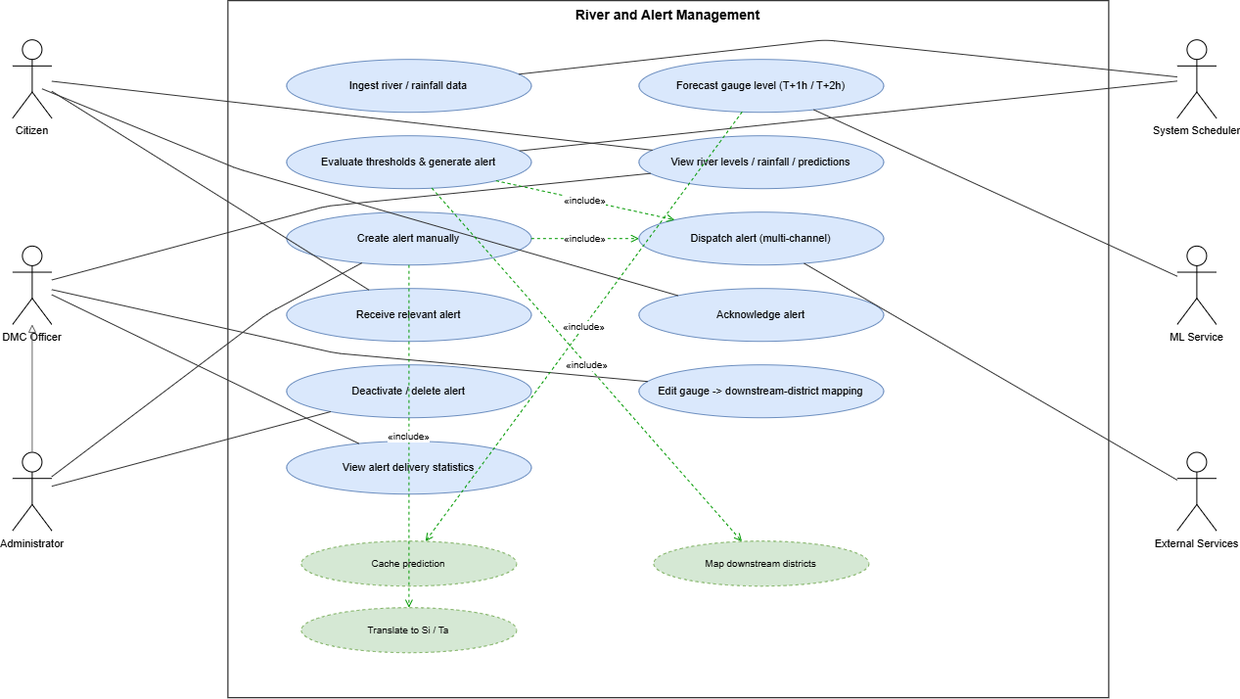
The draw.io diagram research-report-source/diagrams/pngs/Figure_4.5_UseCase_River_and_Alert_Management.drawio.png in DeshanDV1003/Suraksha---Web-App, before a commit. Source tidied: cells renumbered, new cells last; positions are measured from the earlier drawing's top-left corner, leaving out a move shared by most shapes. The source it was exported from:
```xml
<mxGraphModel>
  <root>
    <mxCell id="0" />
    <mxCell id="1" parent="0" />
    <mxCell id="2" value="River and Alert Management" style="rounded=0;whiteSpace=wrap;html=1;verticalAlign=top;fontStyle=1;fontSize=14;fillColor=none;strokeColor=#000000;" parent="1" vertex="1">
      <mxGeometry x="220" width="900" height="712" as="geometry" />
    </mxCell>
    <mxCell id="3" value="Ingest river / rainfall data" style="ellipse;whiteSpace=wrap;html=1;fillColor=#dae8fc;strokeColor=#6c8ebf;fontSize=11;" parent="1" vertex="1">
      <mxGeometry x="280" y="60" width="250" height="54" as="geometry" />
    </mxCell>
    <mxCell id="4" value="Forecast gauge level (T+1h / T+2h)" style="ellipse;whiteSpace=wrap;html=1;fillColor=#dae8fc;strokeColor=#6c8ebf;fontSize=11;" parent="1" vertex="1">
      <mxGeometry x="640" y="60" width="250" height="54" as="geometry" />
    </mxCell>
    <mxCell id="5" value="Evaluate thresholds &amp; generate alert" style="ellipse;whiteSpace=wrap;html=1;fillColor=#dae8fc;strokeColor=#6c8ebf;fontSize=11;" parent="1" vertex="1">
      <mxGeometry x="280" y="138" width="250" height="54" as="geometry" />
    </mxCell>
    <mxCell id="6" value="View river levels / rainfall / predictions" style="ellipse;whiteSpace=wrap;html=1;fillColor=#dae8fc;strokeColor=#6c8ebf;fontSize=11;" parent="1" vertex="1">
      <mxGeometry x="640" y="138" width="250" height="54" as="geometry" />
    </mxCell>
    <mxCell id="7" value="Create alert manually" style="ellipse;whiteSpace=wrap;html=1;fillColor=#dae8fc;strokeColor=#6c8ebf;fontSize=11;" parent="1" vertex="1">
      <mxGeometry x="280" y="216" width="250" height="54" as="geometry" />
    </mxCell>
    <mxCell id="8" value="Dispatch alert (multi-channel)" style="ellipse;whiteSpace=wrap;html=1;fillColor=#dae8fc;strokeColor=#6c8ebf;fontSize=11;" parent="1" vertex="1">
      <mxGeometry x="640" y="216" width="250" height="54" as="geometry" />
    </mxCell>
    <mxCell id="9" value="Receive relevant alert" style="ellipse;whiteSpace=wrap;html=1;fillColor=#dae8fc;strokeColor=#6c8ebf;fontSize=11;" parent="1" vertex="1">
      <mxGeometry x="280" y="294" width="250" height="54" as="geometry" />
    </mxCell>
    <mxCell id="10" value="Acknowledge alert" style="ellipse;whiteSpace=wrap;html=1;fillColor=#dae8fc;strokeColor=#6c8ebf;fontSize=11;" parent="1" vertex="1">
      <mxGeometry x="640" y="294" width="250" height="54" as="geometry" />
    </mxCell>
    <mxCell id="11" value="Deactivate / delete alert" style="ellipse;whiteSpace=wrap;html=1;fillColor=#dae8fc;strokeColor=#6c8ebf;fontSize=11;" parent="1" vertex="1">
      <mxGeometry x="280" y="372" width="250" height="54" as="geometry" />
    </mxCell>
    <mxCell id="12" value="Edit gauge -&gt; downstream-district mapping" style="ellipse;whiteSpace=wrap;html=1;fillColor=#dae8fc;strokeColor=#6c8ebf;fontSize=11;" parent="1" vertex="1">
      <mxGeometry x="640" y="372" width="250" height="54" as="geometry" />
    </mxCell>
    <mxCell id="13" value="View alert delivery statistics" style="ellipse;whiteSpace=wrap;html=1;fillColor=#dae8fc;strokeColor=#6c8ebf;fontSize=11;" parent="1" vertex="1">
      <mxGeometry x="280" y="450" width="250" height="54" as="geometry" />
    </mxCell>
    <mxCell id="14" value="Cache prediction" style="ellipse;whiteSpace=wrap;html=1;fillColor=#d5e8d4;strokeColor=#82b366;dashed=1;fontSize=10;" parent="1" vertex="1">
      <mxGeometry x="295" y="552" width="220" height="46" as="geometry" />
    </mxCell>
    <mxCell id="15" value="Map downstream districts" style="ellipse;whiteSpace=wrap;html=1;fillColor=#d5e8d4;strokeColor=#82b366;dashed=1;fontSize=10;" parent="1" vertex="1">
      <mxGeometry x="655" y="552" width="220" height="46" as="geometry" />
    </mxCell>
    <mxCell id="16" value="Translate to Si / Ta" style="ellipse;whiteSpace=wrap;html=1;fillColor=#d5e8d4;strokeColor=#82b366;dashed=1;fontSize=10;" parent="1" vertex="1">
      <mxGeometry x="295" y="620" width="220" height="46" as="geometry" />
    </mxCell>
    <mxCell id="17" value="Citizen" style="shape=umlActor;verticalLabelPosition=bottom;verticalAlign=top;html=1;outlineConnect=0;fontSize=11;" parent="1" vertex="1">
      <mxGeometry y="40" width="40" height="80" as="geometry" />
    </mxCell>
    <mxCell id="18" value="DMC Officer" style="shape=umlActor;verticalLabelPosition=bottom;verticalAlign=top;html=1;outlineConnect=0;fontSize=11;" parent="1" vertex="1">
      <mxGeometry y="250.7" width="40" height="80" as="geometry" />
    </mxCell>
    <mxCell id="19" value="Administrator" style="shape=umlActor;verticalLabelPosition=bottom;verticalAlign=top;html=1;outlineConnect=0;fontSize=11;" parent="1" vertex="1">
      <mxGeometry y="461.3" width="40" height="80" as="geometry" />
    </mxCell>
    <mxCell id="20" value="System Scheduler" style="shape=umlActor;verticalLabelPosition=bottom;verticalAlign=top;html=1;outlineConnect=0;fontSize=11;" parent="1" vertex="1">
      <mxGeometry x="1190" y="40" width="40" height="80" as="geometry" />
    </mxCell>
    <mxCell id="21" value="ML Service" style="shape=umlActor;verticalLabelPosition=bottom;verticalAlign=top;html=1;outlineConnect=0;fontSize=11;" parent="1" vertex="1">
      <mxGeometry x="1190" y="250.7" width="40" height="80" as="geometry" />
    </mxCell>
    <mxCell id="22" value="External Services" style="shape=umlActor;verticalLabelPosition=bottom;verticalAlign=top;html=1;outlineConnect=0;fontSize=11;" parent="1" vertex="1">
      <mxGeometry x="1190" y="461.3" width="40" height="80" as="geometry" />
    </mxCell>
    <mxCell id="23" style="endArrow=block;endFill=0;html=1;strokeColor=#666666;" parent="1" edge="1" source="19" target="18">
      <mxGeometry relative="1" as="geometry" />
    </mxCell>
    <mxCell id="24" style="endArrow=none;html=1;strokeColor=#333333;" parent="1" edge="1" source="20" target="3">
      <mxGeometry relative="1" as="geometry">
        <Array as="points">
          <mxPoint x="830" y="40" />
        </Array>
      </mxGeometry>
    </mxCell>
    <mxCell id="25" style="endArrow=none;html=1;strokeColor=#333333;" parent="1" edge="1" source="21" target="4">
      <mxGeometry relative="1" as="geometry" />
    </mxCell>
    <mxCell id="26" style="endArrow=none;html=1;strokeColor=#333333;" parent="1" edge="1" source="20" target="5">
      <mxGeometry relative="1" as="geometry" />
    </mxCell>
    <mxCell id="27" style="endArrow=none;html=1;strokeColor=#333333;" parent="1" edge="1" source="17" target="6">
      <mxGeometry relative="1" as="geometry" />
    </mxCell>
    <mxCell id="28" style="endArrow=none;html=1;strokeColor=#333333;" parent="1" edge="1" source="18" target="6">
      <mxGeometry relative="1" as="geometry">
        <Array as="points">
          <mxPoint x="320" y="210" />
        </Array>
      </mxGeometry>
    </mxCell>
    <mxCell id="29" style="endArrow=none;html=1;strokeColor=#333333;" parent="1" edge="1" source="19" target="7">
      <mxGeometry relative="1" as="geometry">
        <Array as="points">
          <mxPoint x="260" y="320" />
        </Array>
      </mxGeometry>
    </mxCell>
    <mxCell id="30" style="endArrow=none;html=1;strokeColor=#333333;" parent="1" edge="1" source="22" target="8">
      <mxGeometry relative="1" as="geometry" />
    </mxCell>
    <mxCell id="31" style="endArrow=none;html=1;strokeColor=#333333;" parent="1" edge="1" source="17" target="9">
      <mxGeometry relative="1" as="geometry" />
    </mxCell>
    <mxCell id="32" style="endArrow=none;html=1;strokeColor=#333333;" parent="1" edge="1">
      <mxGeometry relative="1" as="geometry">
        <mxPoint x="30" y="90" as="sourcePoint" />
        <mxPoint x="679.9" y="301.2" as="targetPoint" />
        <Array as="points">
          <mxPoint x="230" y="171.8" />
        </Array>
      </mxGeometry>
    </mxCell>
    <mxCell id="33" style="endArrow=none;html=1;strokeColor=#333333;" parent="1" edge="1" source="19" target="11">
      <mxGeometry relative="1" as="geometry" />
    </mxCell>
    <mxCell id="34" style="endArrow=none;html=1;strokeColor=#333333;" parent="1" edge="1" source="18" target="12">
      <mxGeometry relative="1" as="geometry">
        <Array as="points">
          <mxPoint x="330" y="360" />
        </Array>
      </mxGeometry>
    </mxCell>
    <mxCell id="35" style="endArrow=none;html=1;strokeColor=#333333;" parent="1" edge="1" source="18" target="13">
      <mxGeometry relative="1" as="geometry" />
    </mxCell>
    <mxCell id="36" value="«include»" style="endArrow=open;endFill=0;html=1;dashed=1;fontSize=10;strokeColor=#009900;" parent="1" edge="1" source="4" target="14">
      <mxGeometry relative="1" as="geometry" />
    </mxCell>
    <mxCell id="37" value="«include»" style="endArrow=open;endFill=0;html=1;dashed=1;fontSize=10;strokeColor=#009900;" parent="1" edge="1" source="5" target="15">
      <mxGeometry relative="1" as="geometry" />
    </mxCell>
    <mxCell id="38" value="«include»" style="endArrow=open;endFill=0;html=1;dashed=1;fontSize=10;strokeColor=#009900;" parent="1" edge="1" source="5" target="8">
      <mxGeometry relative="1" as="geometry" />
    </mxCell>
    <mxCell id="39" value="«include»" style="endArrow=open;endFill=0;html=1;dashed=1;fontSize=10;strokeColor=#009900;" parent="1" edge="1" source="7" target="16">
      <mxGeometry relative="1" as="geometry" />
    </mxCell>
    <mxCell id="40" value="«include»" style="endArrow=open;endFill=0;html=1;dashed=1;fontSize=10;strokeColor=#009900;" parent="1" edge="1" source="7" target="8">
      <mxGeometry relative="1" as="geometry" />
    </mxCell>
  </root>
</mxGraphModel>
```
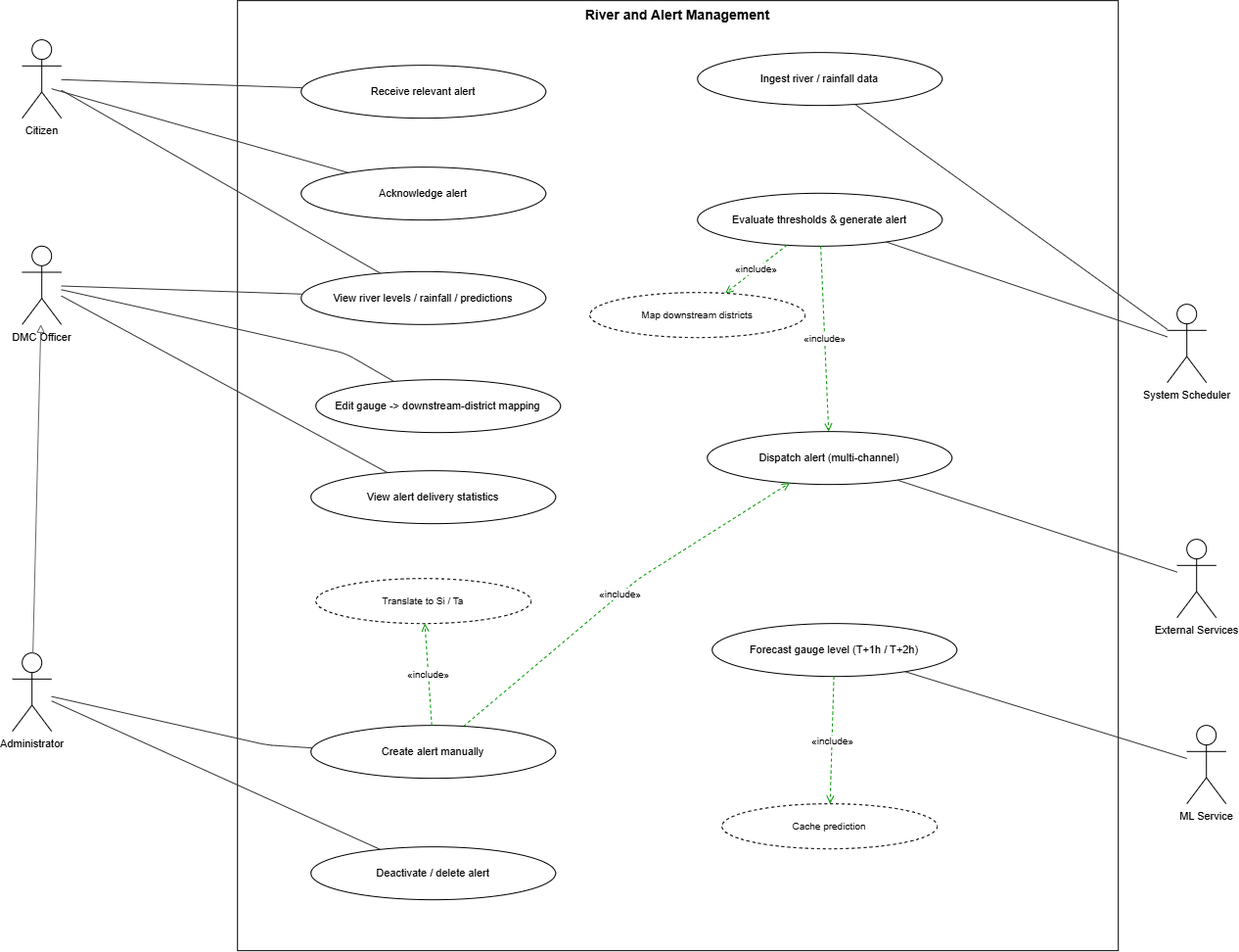
Later version of the same file.

Diff of the diagram source:
```diff
@@ -2,50 +2,47 @@
   <root>
     <mxCell id="0" />
     <mxCell id="1" parent="0" />
-    <mxCell id="2" value="River and Alert Management" style="rounded=0;whiteSpace=wrap;html=1;verticalAlign=top;fontStyle=1;fontSize=14;fillColor=none;strokeColor=#000000;" parent="1" vertex="1">
-      <mxGeometry x="220" width="900" height="712" as="geometry" />
+    <mxCell id="2" value="River and Alert Management" style="rounded=0;whiteSpace=wrap;html=1;verticalAlign=top;fontStyle=1;fontSize=14;" parent="1" vertex="1">
+      <mxGeometry x="220" width="900" height="970" as="geometry" />
     </mxCell>
-    <mxCell id="3" value="Ingest river / rainfall data" style="ellipse;whiteSpace=wrap;html=1;fillColor=#dae8fc;strokeColor=#6c8ebf;fontSize=11;" parent="1" vertex="1">
-      <mxGeometry x="280" y="60" width="250" height="54" as="geometry" />
+    <mxCell id="3" value="Ingest river / rainfall data" style="ellipse;whiteSpace=wrap;html=1;fontSize=11;" parent="1" vertex="1">
+      <mxGeometry x="690" y="53" width="250" height="54" as="geometry" />
     </mxCell>
-    <mxCell id="4" value="Forecast gauge level (T+1h / T+2h)" style="ellipse;whiteSpace=wrap;html=1;fillColor=#dae8fc;strokeColor=#6c8ebf;fontSize=11;" parent="1" vertex="1">
-      <mxGeometry x="640" y="60" width="250" height="54" as="geometry" />
+    <mxCell id="4" value="Forecast gauge level (T+1h / T+2h)" style="ellipse;whiteSpace=wrap;html=1;fontSize=11;" parent="1" vertex="1">
+      <mxGeometry x="705" y="636" width="250" height="54" as="geometry" />
     </mxCell>
-    <mxCell id="5" value="Evaluate thresholds &amp; generate alert" style="ellipse;whiteSpace=wrap;html=1;fillColor=#dae8fc;strokeColor=#6c8ebf;fontSize=11;" parent="1" vertex="1">
-      <mxGeometry x="280" y="138" width="250" height="54" as="geometry" />
+    <mxCell id="5" value="Evaluate thresholds &amp; generate alert" style="ellipse;whiteSpace=wrap;html=1;fontSize=11;" parent="1" vertex="1">
+      <mxGeometry x="690" y="196.7" width="250" height="54" as="geometry" />
     </mxCell>
-    <mxCell id="6" value="View river levels / rainfall / predictions" style="ellipse;whiteSpace=wrap;html=1;fillColor=#dae8fc;strokeColor=#6c8ebf;fontSize=11;" parent="1" vertex="1">
-      <mxGeometry x="640" y="138" width="250" height="54" as="geometry" />
+    <mxCell id="6" value="View river levels / rainfall / predictions" style="ellipse;whiteSpace=wrap;html=1;fontSize=11;" parent="1" vertex="1">
+      <mxGeometry x="285" y="276.7" width="250" height="54" as="geometry" />
     </mxCell>
-    <mxCell id="7" value="Create alert manually" style="ellipse;whiteSpace=wrap;html=1;fillColor=#dae8fc;strokeColor=#6c8ebf;fontSize=11;" parent="1" vertex="1">
-      <mxGeometry x="280" y="216" width="250" height="54" as="geometry" />
+    <mxCell id="7" value="Create alert manually" style="ellipse;whiteSpace=wrap;html=1;fontSize=11;" parent="1" vertex="1">
+      <mxGeometry x="295" y="740" width="250" height="54" as="geometry" />
     </mxCell>
-    <mxCell id="8" value="Dispatch alert (multi-channel)" style="ellipse;whiteSpace=wrap;html=1;fillColor=#dae8fc;strokeColor=#6c8ebf;fontSize=11;" parent="1" vertex="1">
-      <mxGeometry x="640" y="216" width="250" height="54" as="geometry" />
+    <mxCell id="8" value="Dispatch alert (multi-channel)" style="ellipse;whiteSpace=wrap;html=1;fontSize=11;" parent="1" vertex="1">
+      <mxGeometry x="700" y="440" width="250" height="54" as="geometry" />
     </mxCell>
-    <mxCell id="9" value="Receive relevant alert" style="ellipse;whiteSpace=wrap;html=1;fillColor=#dae8fc;strokeColor=#6c8ebf;fontSize=11;" parent="1" vertex="1">
-      <mxGeometry x="280" y="294" width="250" height="54" as="geometry" />
+    <mxCell id="9" value="Receive relevant alert" style="ellipse;whiteSpace=wrap;html=1;fontSize=11;" parent="1" vertex="1">
+      <mxGeometry x="285" y="66" width="250" height="54" as="geometry" />
     </mxCell>
-    <mxCell id="10" value="Acknowledge alert" style="ellipse;whiteSpace=wrap;html=1;fillColor=#dae8fc;strokeColor=#6c8ebf;fontSize=11;" parent="1" vertex="1">
-      <mxGeometry x="640" y="294" width="250" height="54" as="geometry" />
-    </mxCell>
-    <mxCell id="11" value="Deactivate / delete alert" style="ellipse;whiteSpace=wrap;html=1;fillColor=#dae8fc;strokeColor=#6c8ebf;fontSize=11;" parent="1" vertex="1">
-      <mxGeometry x="280" y="372" width="250" height="54" as="geometry" />
+    <mxCell id="11" value="Deactivate / delete alert" style="ellipse;whiteSpace=wrap;html=1;fontSize=11;" parent="1" vertex="1">
+      <mxGeometry x="295" y="864" width="250" height="54" as="geometry" />
     </mxCell>
-    <mxCell id="12" value="Edit gauge -&gt; downstream-district mapping" style="ellipse;whiteSpace=wrap;html=1;fillColor=#dae8fc;strokeColor=#6c8ebf;fontSize=11;" parent="1" vertex="1">
-      <mxGeometry x="640" y="372" width="250" height="54" as="geometry" />
+    <mxCell id="12" value="Edit gauge -&gt; downstream-district mapping" style="ellipse;whiteSpace=wrap;html=1;fontSize=11;" parent="1" vertex="1">
+      <mxGeometry x="300" y="387" width="250" height="54" as="geometry" />
     </mxCell>
-    <mxCell id="13" value="View alert delivery statistics" style="ellipse;whiteSpace=wrap;html=1;fillColor=#dae8fc;strokeColor=#6c8ebf;fontSize=11;" parent="1" vertex="1">
-      <mxGeometry x="280" y="450" width="250" height="54" as="geometry" />
+    <mxCell id="13" value="View alert delivery statistics" style="ellipse;whiteSpace=wrap;html=1;fontSize=11;" parent="1" vertex="1">
+      <mxGeometry x="295" y="480" width="250" height="54" as="geometry" />
     </mxCell>
-    <mxCell id="14" value="Cache prediction" style="ellipse;whiteSpace=wrap;html=1;fillColor=#d5e8d4;strokeColor=#82b366;dashed=1;fontSize=10;" parent="1" vertex="1">
-      <mxGeometry x="295" y="552" width="220" height="46" as="geometry" />
+    <mxCell id="14" value="Cache prediction" style="ellipse;whiteSpace=wrap;html=1;dashed=1;fontSize=10;" parent="1" vertex="1">
+      <mxGeometry x="715" y="820" width="220" height="46" as="geometry" />
     </mxCell>
-    <mxCell id="15" value="Map downstream districts" style="ellipse;whiteSpace=wrap;html=1;fillColor=#d5e8d4;strokeColor=#82b366;dashed=1;fontSize=10;" parent="1" vertex="1">
-      <mxGeometry x="655" y="552" width="220" height="46" as="geometry" />
+    <mxCell id="15" value="Map downstream districts" style="ellipse;whiteSpace=wrap;html=1;dashed=1;fontSize=10;" parent="1" vertex="1">
+      <mxGeometry x="580" y="298" width="220" height="46" as="geometry" />
     </mxCell>
-    <mxCell id="16" value="Translate to Si / Ta" style="ellipse;whiteSpace=wrap;html=1;fillColor=#d5e8d4;strokeColor=#82b366;dashed=1;fontSize=10;" parent="1" vertex="1">
-      <mxGeometry x="295" y="620" width="220" height="46" as="geometry" />
+    <mxCell id="16" value="Translate to Si / Ta" style="ellipse;whiteSpace=wrap;html=1;dashed=1;fontSize=10;" parent="1" vertex="1">
+      <mxGeometry x="300" y="590" width="220" height="46" as="geometry" />
     </mxCell>
     <mxCell id="17" value="Citizen" style="shape=umlActor;verticalLabelPosition=bottom;verticalAlign=top;html=1;outlineConnect=0;fontSize=11;" parent="1" vertex="1">
       <mxGeometry y="40" width="40" height="80" as="geometry" />
@@ -54,26 +51,22 @@
       <mxGeometry y="250.7" width="40" height="80" as="geometry" />
     </mxCell>
     <mxCell id="19" value="Administrator" style="shape=umlActor;verticalLabelPosition=bottom;verticalAlign=top;html=1;outlineConnect=0;fontSize=11;" parent="1" vertex="1">
-      <mxGeometry y="461.3" width="40" height="80" as="geometry" />
+      <mxGeometry x="-10" y="666" width="40" height="80" as="geometry" />
     </mxCell>
     <mxCell id="20" value="System Scheduler" style="shape=umlActor;verticalLabelPosition=bottom;verticalAlign=top;html=1;outlineConnect=0;fontSize=11;" parent="1" vertex="1">
-      <mxGeometry x="1190" y="40" width="40" height="80" as="geometry" />
+      <mxGeometry x="1170" y="310" width="40" height="80" as="geometry" />
     </mxCell>
     <mxCell id="21" value="ML Service" style="shape=umlActor;verticalLabelPosition=bottom;verticalAlign=top;html=1;outlineConnect=0;fontSize=11;" parent="1" vertex="1">
-      <mxGeometry x="1190" y="250.7" width="40" height="80" as="geometry" />
+      <mxGeometry x="1190" y="740" width="40" height="80" as="geometry" />
     </mxCell>
     <mxCell id="22" value="External Services" style="shape=umlActor;verticalLabelPosition=bottom;verticalAlign=top;html=1;outlineConnect=0;fontSize=11;" parent="1" vertex="1">
-      <mxGeometry x="1190" y="461.3" width="40" height="80" as="geometry" />
+      <mxGeometry x="1180" y="550" width="40" height="80" as="geometry" />
     </mxCell>
     <mxCell id="23" style="endArrow=block;endFill=0;html=1;strokeColor=#666666;" parent="1" edge="1" source="19" target="18">
       <mxGeometry relative="1" as="geometry" />
     </mxCell>
     <mxCell id="24" style="endArrow=none;html=1;strokeColor=#333333;" parent="1" edge="1" source="20" target="3">
-      <mxGeometry relative="1" as="geometry">
-        <Array as="points">
-          <mxPoint x="830" y="40" />
-        </Array>
-      </mxGeometry>
+      <mxGeometry relative="1" as="geometry" />
     </mxCell>
     <mxCell id="25" style="endArrow=none;html=1;strokeColor=#333333;" parent="1" edge="1" source="21" target="4">
       <mxGeometry relative="1" as="geometry" />
@@ -85,16 +78,12 @@
       <mxGeometry relative="1" as="geometry" />
     </mxCell>
     <mxCell id="28" style="endArrow=none;html=1;strokeColor=#333333;" parent="1" edge="1" source="18" target="6">
-      <mxGeometry relative="1" as="geometry">
-        <Array as="points">
-          <mxPoint x="320" y="210" />
-        </Array>
-      </mxGeometry>
+      <mxGeometry relative="1" as="geometry" />
     </mxCell>
     <mxCell id="29" style="endArrow=none;html=1;strokeColor=#333333;" parent="1" edge="1" source="19" target="7">
       <mxGeometry relative="1" as="geometry">
         <Array as="points">
-          <mxPoint x="260" y="320" />
+          <mxPoint x="250" y="760" />
         </Array>
       </mxGeometry>
     </mxCell>
@@ -104,15 +93,6 @@
     <mxCell id="31" style="endArrow=none;html=1;strokeColor=#333333;" parent="1" edge="1" source="17" target="9">
       <mxGeometry relative="1" as="geometry" />
     </mxCell>
-    <mxCell id="32" style="endArrow=none;html=1;strokeColor=#333333;" parent="1" edge="1">
-      <mxGeometry relative="1" as="geometry">
-        <mxPoint x="30" y="90" as="sourcePoint" />
-        <mxPoint x="679.9" y="301.2" as="targetPoint" />
-        <Array as="points">
-          <mxPoint x="230" y="171.8" />
-        </Array>
-      </mxGeometry>
-    </mxCell>
     <mxCell id="33" style="endArrow=none;html=1;strokeColor=#333333;" parent="1" edge="1" source="19" target="11">
       <mxGeometry relative="1" as="geometry" />
     </mxCell>
@@ -139,7 +119,19 @@
       <mxGeometry relative="1" as="geometry" />
     </mxCell>
     <mxCell id="40" value="«include»" style="endArrow=open;endFill=0;html=1;dashed=1;fontSize=10;strokeColor=#009900;" parent="1" edge="1" source="7" target="8">
-      <mxGeometry relative="1" as="geometry" />
+      <mxGeometry relative="1" as="geometry">
+        <Array as="points">
+          <mxPoint x="630" y="590" />
+        </Array>
+      </mxGeometry>
     </mxCell>
+    <mxCell id="41" style="endArrow=none;html=1;strokeColor=#333333;" parent="1" edge="1" target="10">
+      <mxGeometry relative="1" as="geometry">
+        <mxPoint x="30" y="90" as="sourcePoint" />
+      </mxGeometry>
+    </mxCell>
+    <mxCell id="10" value="Acknowledge alert" style="ellipse;whiteSpace=wrap;html=1;fontSize=11;" parent="1" vertex="1">
+      <mxGeometry x="285" y="170" width="250" height="54" as="geometry" />
+    </mxCell>
   </root>
 </mxGraphModel>
```
